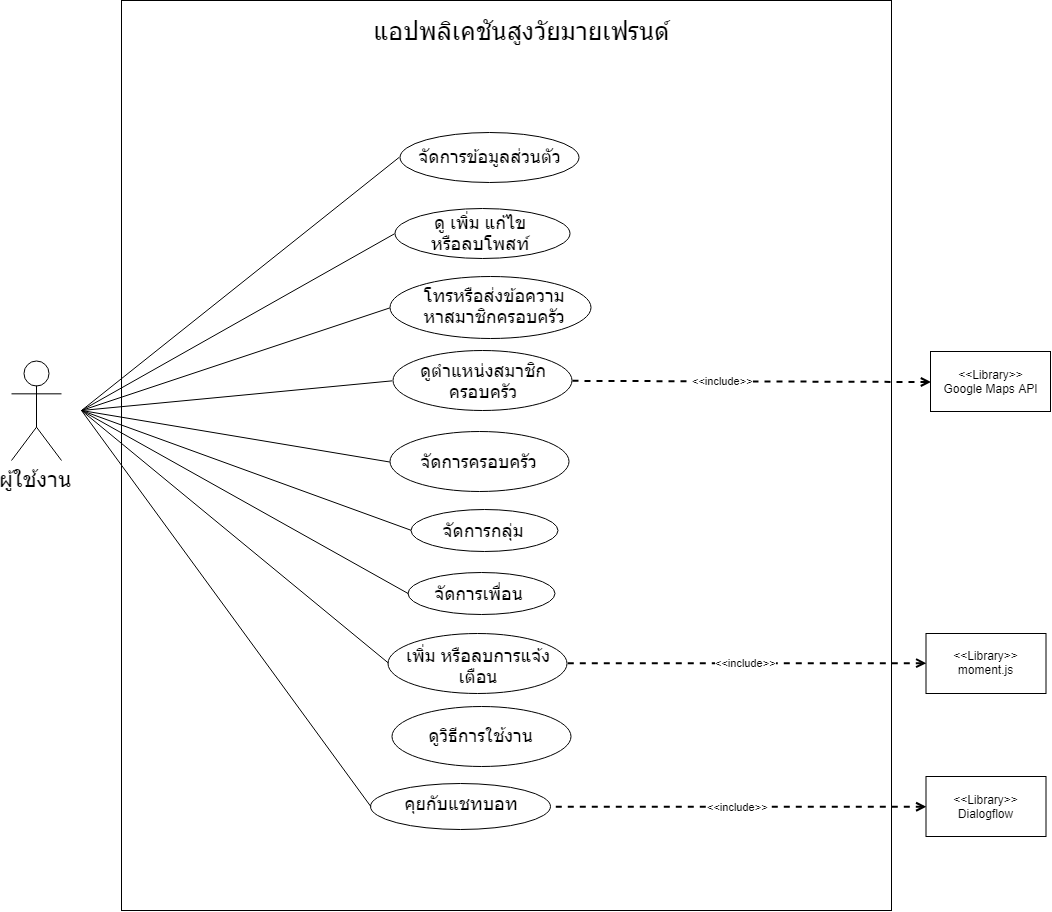
The draw.io diagram Document/Latex/Figures/3/Usecase/Usecase.png in Inwfour/Latex, before a commit. Source tidied: cells renumbered, new cells last; positions are measured from the earlier drawing's top-left corner, leaving out a move shared by most shapes.
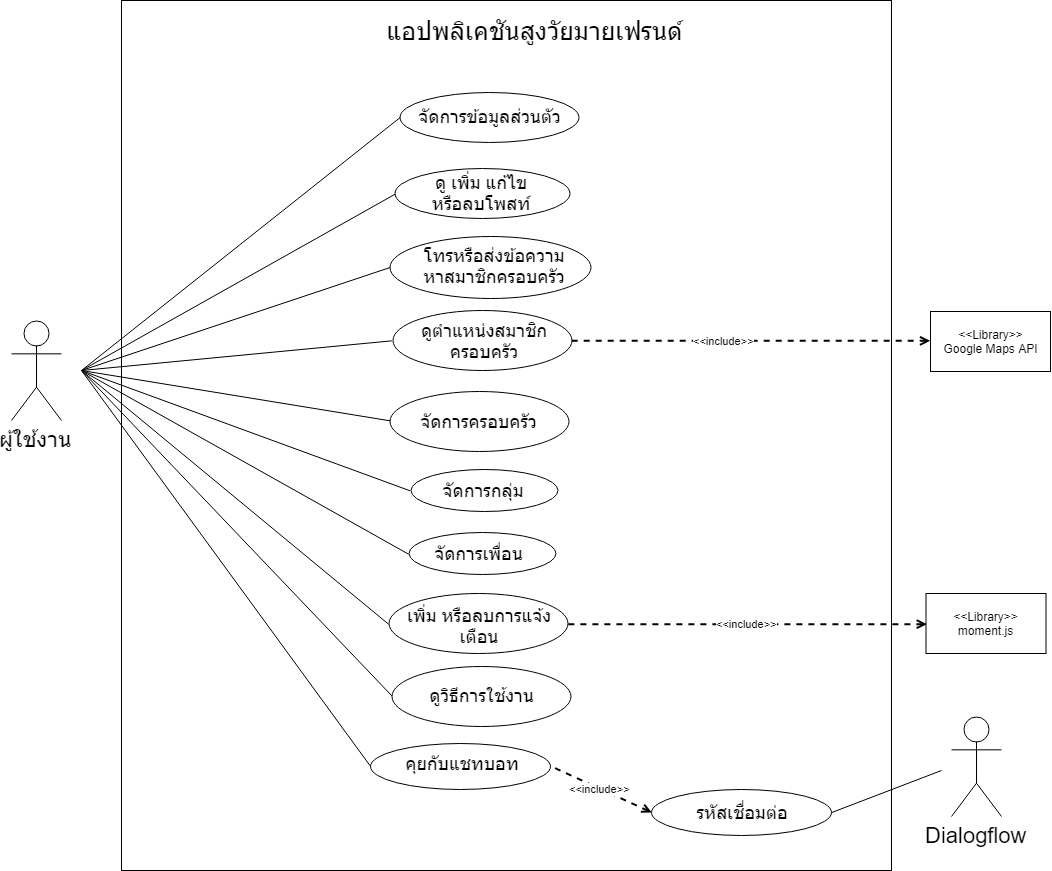
After the change.

Change to the diagram source:
```diff
@@ -3,13 +3,13 @@
     <mxCell id="0" />
     <mxCell id="1" parent="0" />
     <mxCell id="2" style="rounded=0;whiteSpace=wrap;html=1;" parent="1" vertex="1">
-      <mxGeometry x="110" width="770" height="910" as="geometry" />
+      <mxGeometry x="110" y="40" width="770" height="870" as="geometry" />
     </mxCell>
     <mxCell id="3" value="&lt;font style=&quot;font-size: 22px&quot;&gt;ผู้ใช้งาน&lt;/font&gt;" style="shape=umlActor;verticalLabelPosition=bottom;labelBackgroundColor=#ffffff;verticalAlign=top;html=1;" parent="1" vertex="1">
       <mxGeometry y="360" width="50" height="100" as="geometry" />
     </mxCell>
     <mxCell id="4" value="&lt;font style=&quot;font-size: 25px&quot;&gt;แอปพลิเคชันสูงวัยมายเฟรนด์&lt;/font&gt;" style="text;html=1;strokeColor=none;fillColor=none;align=center;verticalAlign=middle;whiteSpace=wrap;rounded=0;" parent="1" vertex="1">
-      <mxGeometry x="355.5" y="20" width="310" height="20" as="geometry" />
+      <mxGeometry x="368" y="60" width="310" height="20" as="geometry" />
     </mxCell>
     <mxCell id="5" style="ellipse;whiteSpace=wrap;html=1;" parent="1" vertex="1">
       <mxGeometry x="388" y="131.5" width="179" height="50" as="geometry" />
@@ -134,14 +134,27 @@
         <mxPoint x="70" y="410" as="sourcePoint" />
       </mxGeometry>
     </mxCell>
-    <mxCell id="40" value="&amp;lt;&amp;lt;include&amp;gt;&amp;gt;" style="endArrow=none;endSize=16;endFill=0;html=1;strokeWidth=2;dashed=1;entryX=1;entryY=0.5;entryDx=0;entryDy=0;startArrow=open;startFill=0;exitX=0;exitY=0.5;exitDx=0;exitDy=0;" parent="1" edge="1" source="41" target="11">
+    <mxCell id="40" value="&amp;lt;&amp;lt;include&amp;gt;&amp;gt;" style="endArrow=none;endSize=16;endFill=0;html=1;strokeWidth=2;dashed=1;entryX=1;entryY=0.5;entryDx=0;entryDy=0;startArrow=open;startFill=0;exitX=0;exitY=0.5;exitDx=0;exitDy=0;" parent="1" edge="1" source="45" target="11">
       <mxGeometry relative="1" as="geometry" />
     </mxCell>
-    <mxCell id="41" style="rounded=0;whiteSpace=wrap;html=1;" parent="1" vertex="1">
-      <mxGeometry x="914.5" y="776" width="120" height="60" as="geometry" />
-    </mxCell>
-    <mxCell id="42" value="&lt;span&gt;&amp;lt;&amp;lt;Library&amp;gt;&amp;gt;&lt;br&gt;Dialogflow&lt;br&gt;&lt;/span&gt;" style="text;html=1;strokeColor=none;fillColor=none;align=center;verticalAlign=middle;whiteSpace=wrap;rounded=0;" parent="1" vertex="1">
-      <mxGeometry x="928" y="795" width="92" height="20" as="geometry" />
-    </mxCell>
+    <mxCell id="43" style="endArrow=none;html=1;entryX=0;entryY=0.5;entryDx=0;entryDy=0;" parent="1" edge="1" target="35">
+      <mxGeometry relative="1" as="geometry">
+        <mxPoint x="70" y="410" as="sourcePoint" />
+      </mxGeometry>
+    </mxCell>
+    <mxCell id="44" value="&lt;font style=&quot;font-size: 22px&quot;&gt;Dialogflow&lt;/font&gt;" style="shape=umlActor;verticalLabelPosition=bottom;labelBackgroundColor=#ffffff;verticalAlign=top;html=1;" parent="1" vertex="1">
+      <mxGeometry x="940" y="756" width="50" height="100" as="geometry" />
+    </mxCell>
+    <mxCell id="45" style="ellipse;whiteSpace=wrap;html=1;" parent="1" vertex="1">
+      <mxGeometry x="640" y="829" width="180" height="46" as="geometry" />
+    </mxCell>
+    <mxCell id="46" style="endArrow=none;html=1;exitX=1;exitY=0.5;exitDx=0;exitDy=0;" parent="1" edge="1" source="45">
+      <mxGeometry relative="1" as="geometry">
+        <mxPoint x="930" y="810" as="targetPoint" />
+      </mxGeometry>
+    </mxCell>
+    <mxCell id="47" value="&lt;span style=&quot;font-size: 18px&quot;&gt;รหัสเชื่อมต่อ&lt;/span&gt;" style="text;html=1;strokeColor=none;fillColor=none;align=center;verticalAlign=middle;whiteSpace=wrap;rounded=0;" parent="1" vertex="1">
+      <mxGeometry x="669.5" y="842" width="121" height="20" as="geometry" />
+    </mxCell>
   </root>
 </mxGraphModel>
```
